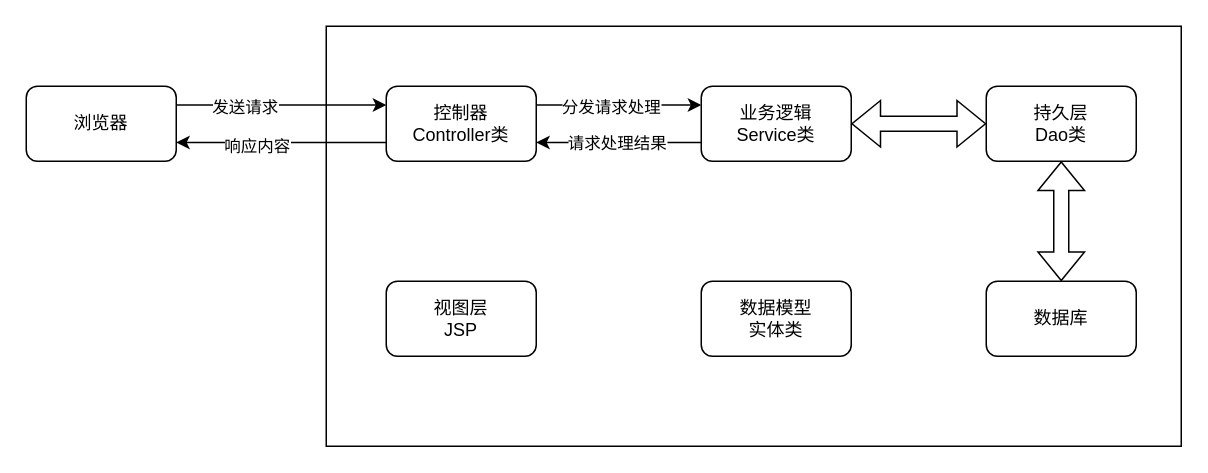
Above: SpringMVC.drawio in doggod999/draw (draw.io), before the change. Source tidied: cells renumbered, new cells numbered last; positions are measured from the earlier drawing's top-left corner, leaving out a move shared by most shapes. Both pictures are drawn from the tidied source at 150%, with x=0, y=0 at pixel (26, 26).
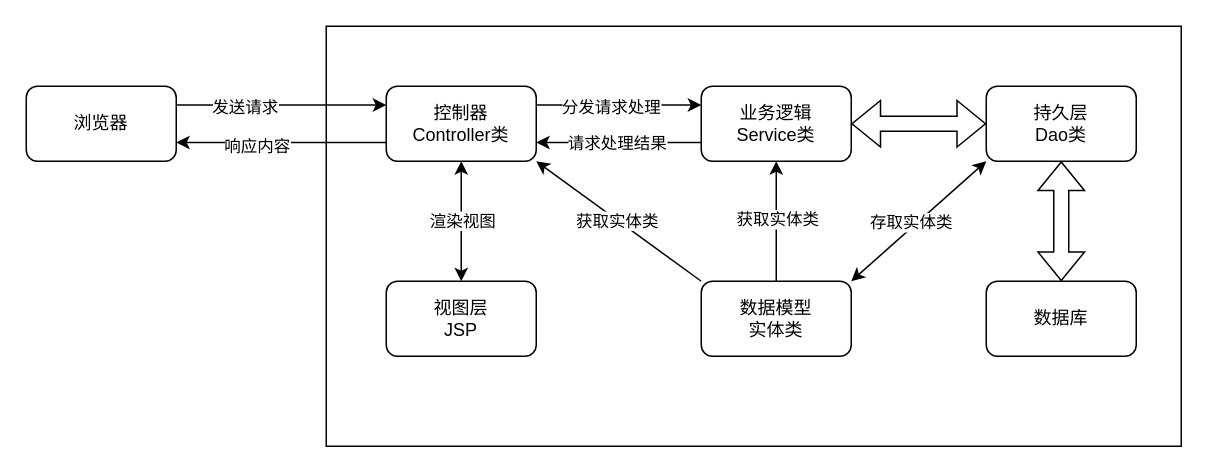
The same page after the edit.

The change refers to these unchanged cells:
```xml
<mxCell id="10" value="控制器&lt;br&gt;Controller类" style="rounded=1;whiteSpace=wrap;html=1;" parent="1" vertex="1">
  <mxGeometry x="240" y="40" width="100" height="50" as="geometry" />
</mxCell>
<mxCell id="13" value="业务逻辑&lt;br&gt;Service类" style="rounded=1;whiteSpace=wrap;html=1;" parent="1" vertex="1">
  <mxGeometry x="450" y="40" width="100" height="50" as="geometry" />
</mxCell>
<mxCell id="14" value="持久层&lt;br&gt;Dao类" style="rounded=1;whiteSpace=wrap;html=1;" parent="1" vertex="1">
  <mxGeometry x="640" y="40" width="100" height="50" as="geometry" />
</mxCell>
<mxCell id="16" value="数据模型&lt;br&gt;实体类" style="rounded=1;whiteSpace=wrap;html=1;" parent="1" vertex="1">
  <mxGeometry x="450" y="170" width="100" height="50" as="geometry" />
</mxCell>
<mxCell id="17" value="视图层&lt;br&gt;JSP" style="rounded=1;whiteSpace=wrap;html=1;" parent="1" vertex="1">
  <mxGeometry x="240" y="170" width="100" height="50" as="geometry" />
</mxCell>
```

Change to the diagram source:
```diff
@@
+    <mxCell id="20" style="endArrow=classic;startArrow=classic;html=1;rounded=0;entryX=0;entryY=1;entryDx=0;entryDy=0;exitX=1;exitY=0;exitDx=0;exitDy=0;" parent="1" edge="1" source="16" target="14">
+      <mxGeometry relative="1" as="geometry" />
+    </mxCell>
+    <mxCell id="21" value="存取实体类" style="edgeLabel;html=1;align=center;verticalAlign=middle;" parent="20" vertex="1">
+      <mxGeometry x="-0.6" relative="1" as="geometry">
+        <mxPoint x="22" y="-24" as="offset" />
+      </mxGeometry>
+    </mxCell>
+    <mxCell id="22" style="endArrow=classic;html=1;rounded=0;exitX=0.5;exitY=0;exitDx=0;exitDy=0;entryX=0.5;entryY=1;entryDx=0;entryDy=0;" parent="1" edge="1" source="16" target="13">
+      <mxGeometry relative="1" as="geometry" />
+    </mxCell>
+    <mxCell id="23" value="获取实体类" style="edgeLabel;html=1;align=center;verticalAlign=middle;" parent="22" vertex="1">
+      <mxGeometry x="0.37" y="2" relative="1" as="geometry">
+        <mxPoint x="2" y="13" as="offset" />
+      </mxGeometry>
+    </mxCell>
+    <mxCell id="24" style="endArrow=classic;startArrow=classic;html=1;rounded=0;entryX=0.5;entryY=1;entryDx=0;entryDy=0;exitX=0.5;exitY=0;exitDx=0;exitDy=0;" parent="1" edge="1" source="17" target="10">
+      <mxGeometry relative="1" as="geometry" />
+    </mxCell>
+    <mxCell id="25" value="渲染视图" style="edgeLabel;html=1;align=center;verticalAlign=middle;" parent="24" vertex="1">
+      <mxGeometry x="-0.36" y="-1" relative="1" as="geometry">
+        <mxPoint x="-1" y="-15" as="offset" />
+      </mxGeometry>
+    </mxCell>
+    <mxCell id="26" style="endArrow=classic;html=1;rounded=0;exitX=0;exitY=0;exitDx=0;exitDy=0;entryX=1;entryY=1;entryDx=0;entryDy=0;" parent="1" edge="1" source="16" target="10">
+      <mxGeometry relative="1" as="geometry" />
+    </mxCell>
+    <mxCell id="27" value="获取实体类" style="edgeLabel;html=1;align=center;verticalAlign=middle;" parent="26" vertex="1">
+      <mxGeometry x="0.37" y="2" relative="1" as="geometry">
+        <mxPoint x="20" y="13" as="offset" />
+      </mxGeometry>
+    </mxCell>
```
